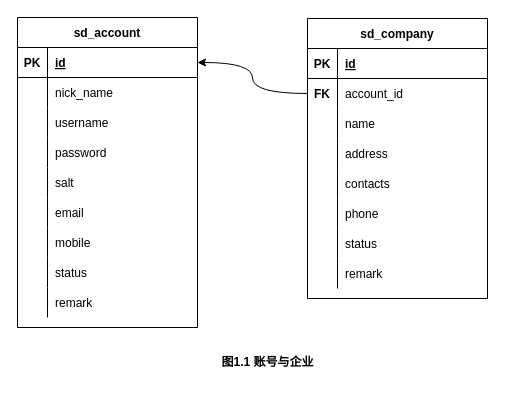
Earlier version of the draw.io diagram page "20220826144656" (1 of 11) of src/work/wyjz/service_directory/db_design_20220930.drawio (ab-doc/draw.io). Source tidied: cells renumbered, new cells numbered last; positions are measured from the earlier drawing's top-left corner, leaving out a move shared by most shapes. Both pictures are drawn from the tidied source at 100%, with x=0, y=0 at pixel (17, 17).
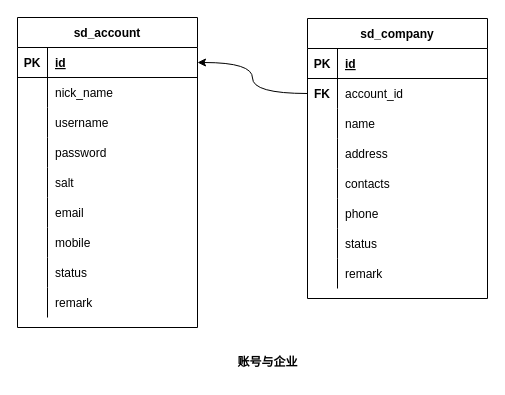
After the change.

Diff of the diagram source:
```diff
@@
-    <mxCell id="56" value="&lt;b&gt;图1.1 账号与企业&lt;/b&gt;" style="text;html=1;align=center;verticalAlign=middle;strokeColor=none;fillColor=none;" parent="1" vertex="1">
-      <mxGeometry x="190" y="330" width="120" height="30" as="geometry" />
+    <mxCell id="56" value="&lt;b&gt;账号与企业&lt;/b&gt;" style="text;html=1;align=center;verticalAlign=middle;strokeColor=none;fillColor=none;" parent="1" vertex="1">
+      <mxGeometry x="210" y="330" width="80" height="30" as="geometry" />
     </mxCell>
```
